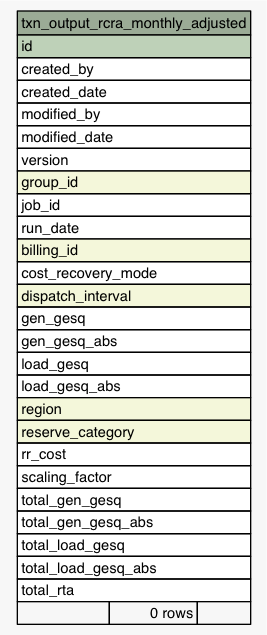
Above: Data/settlement/diagrams/summary/txn_output_rcra_monthly_adjusted.1degree.png in eyana-m/python-data-dictionary-writer (Graphviz), before the change. Its source is kept beside it as Data/settlement/diagrams/summary/txn_output_rcra_monthly_adjusted.1degree.dot.
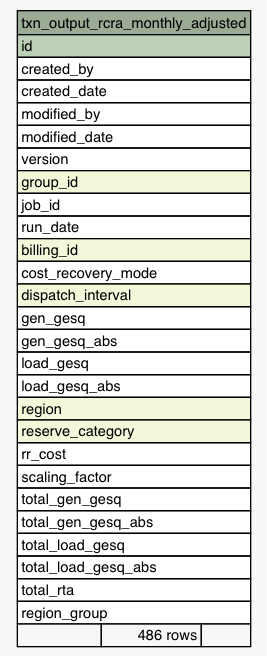
After the commit.

Diff of the diagram source:
```diff
@@ -44,7 +44,8 @@
       <TR><TD PORT="total_load_gesq" COLSPAN="3" ALIGN="LEFT">total_load_gesq</TD></TR>
       <TR><TD PORT="total_load_gesq_abs" COLSPAN="3" ALIGN="LEFT">total_load_gesq_abs</TD></TR>
       <TR><TD PORT="total_rta" COLSPAN="3" ALIGN="LEFT">total_rta</TD></TR>
-      <TR><TD ALIGN="LEFT" BGCOLOR="#f7f7f7">  </TD><TD ALIGN="RIGHT" BGCOLOR="#f7f7f7">0 rows</TD><TD ALIGN="RIGHT" BGCOLOR="#f7f7f7">  </TD></TR>
+      <TR><TD PORT="region_group" COLSPAN="3" ALIGN="LEFT">region_group</TD></TR>
+      <TR><TD ALIGN="LEFT" BGCOLOR="#f7f7f7">  </TD><TD ALIGN="RIGHT" BGCOLOR="#f7f7f7">486 rows</TD><TD ALIGN="RIGHT" BGCOLOR="#f7f7f7">  </TD></TR>
     </TABLE>>
     URL="tables/txn_output_rcra_monthly_adjusted.html"
     tooltip="txn_output_rcra_monthly_adjusted"
```
